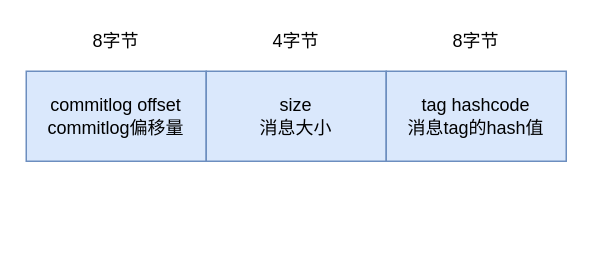
This is rocketmq/consumeQueue.drawio from erlieStar/diagrams, a draw.io file, before an edit. Source tidied: cells renumbered, new cells numbered last; positions are measured from the earlier drawing's top-left corner, leaving out a move shared by most shapes. Both pictures are drawn from the tidied source at 150%, with x=0, y=0 at pixel (26, 26).
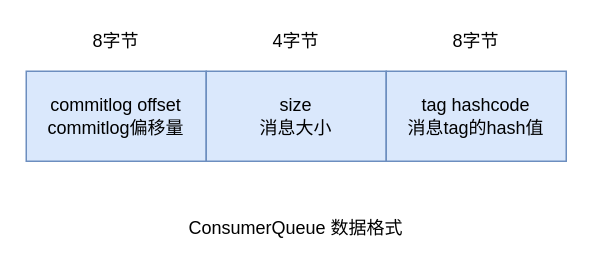
The same page after the edit.

The edit, as a diff of the source:
```diff
@@
 <mxGraphModel>
   <root>
     <mxCell id="0" />
     <mxCell id="1" parent="0" />
     <mxCell id="2" value="commitlog offset&lt;br&gt;commitlog偏移量" style="rounded=0;whiteSpace=wrap;html=1;fillColor=#dae8fc;strokeColor=#6c8ebf;" parent="1" vertex="1">
       <mxGeometry y="30" width="120" height="60" as="geometry" />
     </mxCell>
     <mxCell id="3" value="size&lt;br&gt;消息大小" style="rounded=0;whiteSpace=wrap;html=1;fillColor=#dae8fc;strokeColor=#6c8ebf;" parent="1" vertex="1">
       <mxGeometry x="120" y="30" width="120" height="60" as="geometry" />
     </mxCell>
     <mxCell id="4" value="tag hashcode&lt;br&gt;消息tag的hash值" style="rounded=0;whiteSpace=wrap;html=1;fillColor=#dae8fc;strokeColor=#6c8ebf;" parent="1" vertex="1">
       <mxGeometry x="240" y="30" width="120" height="60" as="geometry" />
     </mxCell>
     <mxCell id="5" value="8字节" style="text;html=1;strokeColor=none;fillColor=none;align=center;verticalAlign=middle;whiteSpace=wrap;rounded=0;" parent="1" vertex="1">
       <mxGeometry x="40" width="40" height="20" as="geometry" />
     </mxCell>
     <mxCell id="6" value="4字节" style="text;html=1;strokeColor=none;fillColor=none;align=center;verticalAlign=middle;whiteSpace=wrap;rounded=0;" parent="1" vertex="1">
       <mxGeometry x="160" width="40" height="20" as="geometry" />
     </mxCell>
     <mxCell id="7" value="8字节" style="text;html=1;strokeColor=none;fillColor=none;align=center;verticalAlign=middle;whiteSpace=wrap;rounded=0;" parent="1" vertex="1">
       <mxGeometry x="280" width="40" height="20" as="geometry" />
     </mxCell>
+    <mxCell id="8" value="&lt;span style=&quot;text-align: left&quot;&gt;ConsumerQueue&lt;/span&gt;&lt;span style=&quot;text-align: left&quot;&gt;&amp;nbsp;数据格式&lt;/span&gt;" style="text;html=1;strokeColor=none;fillColor=none;align=center;verticalAlign=middle;whiteSpace=wrap;rounded=0;" parent="1" vertex="1">
+      <mxGeometry x="90" y="130" width="180" height="10" as="geometry" />
+    </mxCell>
   </root>
 </mxGraphModel>
```
